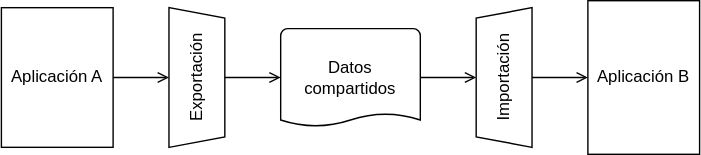
Above: diagrams/File_Transfer.svg in ucudal/ANDIS_Conceptos (draw.io), before the change. Source tidied: cells renumbered, new cells last; positions are measured from the earlier drawing's top-left corner, leaving out a move shared by most shapes. The source it was exported from:
```xml
<mxGraphModel>
  <root>
    <mxCell id="0" />
    <mxCell id="1" parent="0" />
    <mxCell id="2" style="edgeStyle=none;html=1;endArrow=open;endFill=0;strokeColor=light-dark(#000000,#006EAF);fontColor=light-dark(#000000,#006EAF);" parent="1" edge="1" source="3" target="8">
      <mxGeometry relative="1" as="geometry" />
    </mxCell>
    <mxCell id="3" value="Aplicación A" style="rounded=0;whiteSpace=wrap;html=1;strokeColor=light-dark(#000000,#006EAF);fontColor=light-dark(#000000,#006EAF);fillColor=none;" parent="1" vertex="1">
      <mxGeometry y="5" width="80" height="100" as="geometry" />
    </mxCell>
    <mxCell id="4" value="Aplicación B" style="rounded=0;whiteSpace=wrap;html=1;strokeColor=light-dark(#000000,#006EAF);fontColor=light-dark(#000000,#006EAF);fillColor=none;" parent="1" vertex="1">
      <mxGeometry x="420" width="80" height="110" as="geometry" />
    </mxCell>
    <mxCell id="5" style="edgeStyle=none;html=1;endArrow=open;endFill=0;strokeColor=light-dark(#000000,#006EAF);fontColor=light-dark(#000000,#006EAF);" parent="1" edge="1" source="6" target="10">
      <mxGeometry relative="1" as="geometry" />
    </mxCell>
    <mxCell id="6" value="Datos compartidos" style="strokeWidth=1;html=1;shape=mxgraph.flowchart.document2;whiteSpace=wrap;size=0.13076923076923078;strokeColor=light-dark(#000000,#006EAF);fontColor=light-dark(#000000,#006EAF);fillColor=none;" parent="1" vertex="1">
      <mxGeometry x="200" y="20" width="100" height="70" as="geometry" />
    </mxCell>
    <mxCell id="7" style="edgeStyle=none;html=1;endArrow=open;endFill=0;strokeColor=light-dark(#000000,#006EAF);fontColor=light-dark(#000000,#006EAF);" parent="1" edge="1" source="8" target="6">
      <mxGeometry relative="1" as="geometry" />
    </mxCell>
    <mxCell id="8" value="Exportación" style="verticalLabelPosition=middle;verticalAlign=middle;html=1;shape=trapezoid;perimeter=trapezoidPerimeter;whiteSpace=wrap;size=0.07500000000000001;arcSize=10;flipV=1;labelPosition=center;align=center;rotation=-90;strokeColor=light-dark(#000000,#006EAF);fontColor=light-dark(#000000,#006EAF);fillColor=none;" parent="1" vertex="1">
      <mxGeometry x="90" y="35" width="100" height="40" as="geometry" />
    </mxCell>
    <mxCell id="9" style="edgeStyle=none;html=1;endArrow=open;endFill=0;strokeColor=light-dark(#000000,#006EAF);fontColor=light-dark(#000000,#006EAF);" parent="1" edge="1" source="10" target="4">
      <mxGeometry relative="1" as="geometry" />
    </mxCell>
    <mxCell id="10" value="Importación" style="verticalLabelPosition=middle;verticalAlign=middle;html=1;shape=trapezoid;perimeter=trapezoidPerimeter;whiteSpace=wrap;size=0.07500000000000001;arcSize=10;flipV=0;labelPosition=center;align=center;rotation=-90;strokeColor=light-dark(#000000,#006EAF);fontColor=light-dark(#000000,#006EAF);fillColor=none;" parent="1" vertex="1">
      <mxGeometry x="310" y="35" width="100" height="40" as="geometry" />
    </mxCell>
  </root>
</mxGraphModel>
```
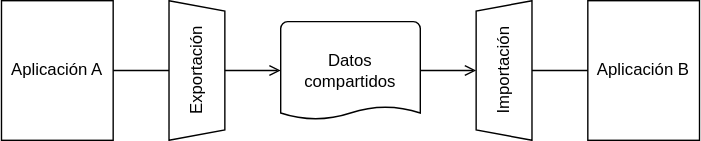
Later version of the same file.

The edit, as a diff of the source:
```diff
@@ -2,14 +2,14 @@
   <root>
     <mxCell id="0" />
     <mxCell id="1" parent="0" />
-    <mxCell id="2" style="edgeStyle=none;html=1;endArrow=open;endFill=0;strokeColor=light-dark(#000000,#006EAF);fontColor=light-dark(#000000,#006EAF);" parent="1" edge="1" source="3" target="8">
+    <mxCell id="2" style="edgeStyle=none;html=1;endArrow=none;endFill=0;strokeColor=light-dark(#000000,#006EAF);fontColor=light-dark(#000000,#006EAF);" parent="1" edge="1" source="3" target="8">
       <mxGeometry relative="1" as="geometry" />
     </mxCell>
     <mxCell id="3" value="Aplicación A" style="rounded=0;whiteSpace=wrap;html=1;strokeColor=light-dark(#000000,#006EAF);fontColor=light-dark(#000000,#006EAF);fillColor=none;" parent="1" vertex="1">
       <mxGeometry y="5" width="80" height="100" as="geometry" />
     </mxCell>
     <mxCell id="4" value="Aplicación B" style="rounded=0;whiteSpace=wrap;html=1;strokeColor=light-dark(#000000,#006EAF);fontColor=light-dark(#000000,#006EAF);fillColor=none;" parent="1" vertex="1">
-      <mxGeometry x="420" width="80" height="110" as="geometry" />
+      <mxGeometry x="420" y="5" width="80" height="100" as="geometry" />
     </mxCell>
     <mxCell id="5" style="edgeStyle=none;html=1;endArrow=open;endFill=0;strokeColor=light-dark(#000000,#006EAF);fontColor=light-dark(#000000,#006EAF);" parent="1" edge="1" source="6" target="10">
       <mxGeometry relative="1" as="geometry" />
@@ -23,7 +23,7 @@
     <mxCell id="8" value="Exportación" style="verticalLabelPosition=middle;verticalAlign=middle;html=1;shape=trapezoid;perimeter=trapezoidPerimeter;whiteSpace=wrap;size=0.07500000000000001;arcSize=10;flipV=1;labelPosition=center;align=center;rotation=-90;strokeColor=light-dark(#000000,#006EAF);fontColor=light-dark(#000000,#006EAF);fillColor=none;" parent="1" vertex="1">
       <mxGeometry x="90" y="35" width="100" height="40" as="geometry" />
     </mxCell>
-    <mxCell id="9" style="edgeStyle=none;html=1;endArrow=open;endFill=0;strokeColor=light-dark(#000000,#006EAF);fontColor=light-dark(#000000,#006EAF);" parent="1" edge="1" source="10" target="4">
+    <mxCell id="9" style="edgeStyle=none;html=1;endArrow=none;endFill=0;strokeColor=light-dark(#000000,#006EAF);fontColor=light-dark(#000000,#006EAF);" parent="1" edge="1" source="10" target="4">
       <mxGeometry relative="1" as="geometry" />
     </mxCell>
     <mxCell id="10" value="Importación" style="verticalLabelPosition=middle;verticalAlign=middle;html=1;shape=trapezoid;perimeter=trapezoidPerimeter;whiteSpace=wrap;size=0.07500000000000001;arcSize=10;flipV=0;labelPosition=center;align=center;rotation=-90;strokeColor=light-dark(#000000,#006EAF);fontColor=light-dark(#000000,#006EAF);fillColor=none;" parent="1" vertex="1">
```
